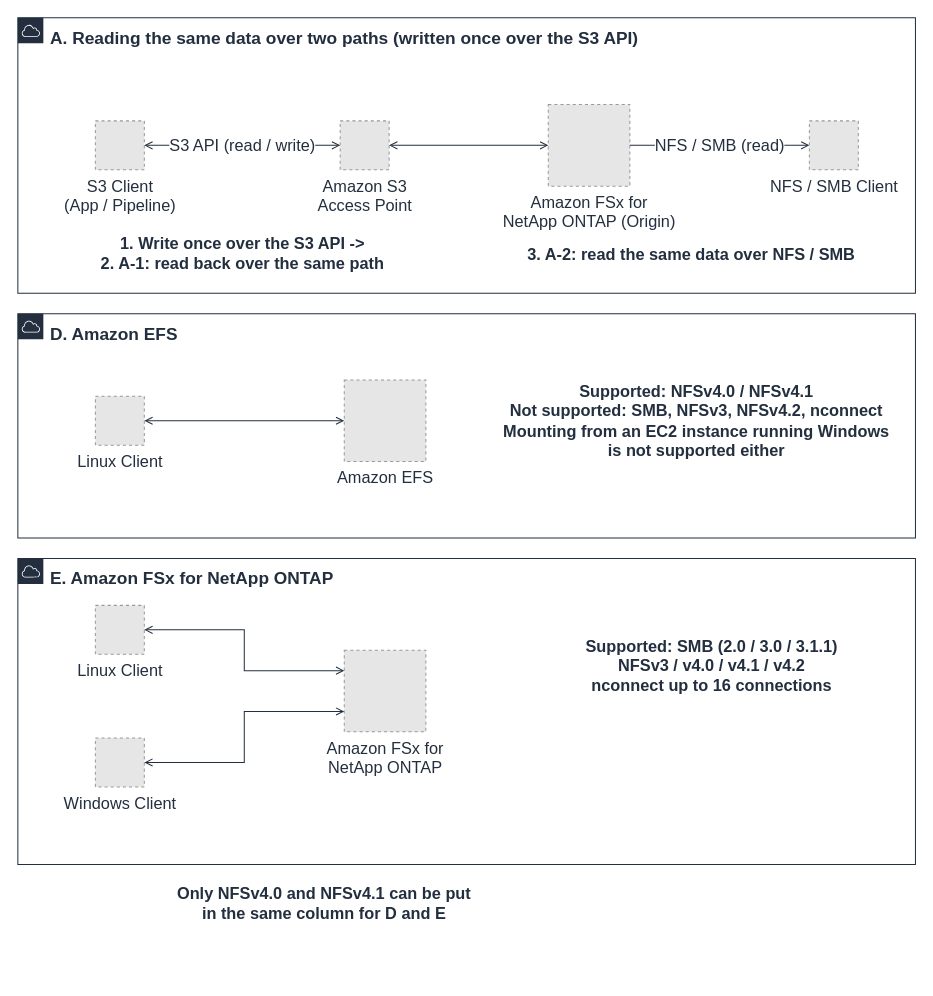
Before: docs/_assets/diagrams/s3burst-protocol-test-matrix-en.drawio in Yoshiki0705/S3-Burst-on-ONTAP-Files, a draw.io diagram. Source tidied: cells renumbered, new cells numbered last; positions are measured from the earlier drawing's top-left corner, leaving out a move shared by most shapes. Both pictures are drawn from the tidied source at 102%, with x=0, y=0 at pixel (17, 17). Pictures stored in the file or linked from it are replaced by grey dashed boxes.
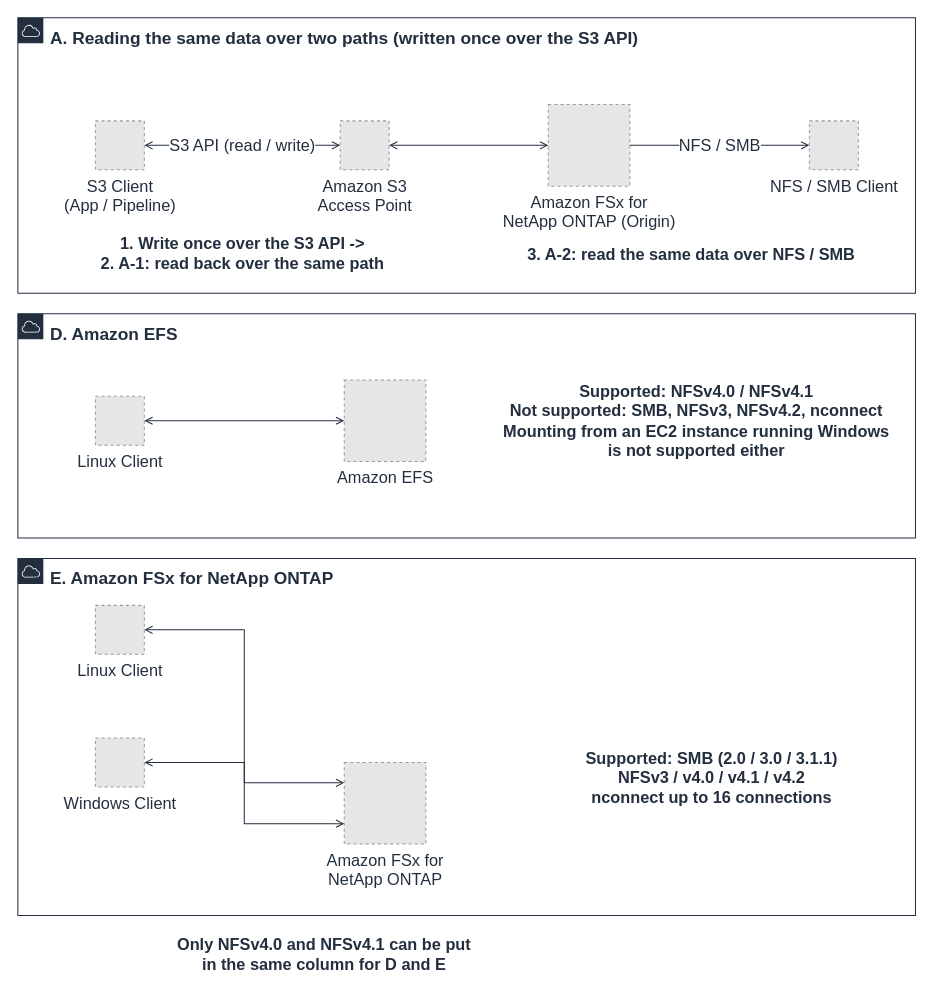
Above is the later version.

Unchanged cells that the change refers to:
```xml
<mxCell id="12" value="Amazon FSx for&#10;NetApp ONTAP (Origin)" style="fillColor=#E6E6E6;strokeColor=#999999;dashed=1;html=1;verticalLabelPosition=bottom;verticalAlign=top;labelPosition=center;align=center;fontSize=16;fontColor=#232F3E;" parent="1" vertex="1">
  <mxGeometry x="520" y="85" width="80" height="80" as="geometry" />
</mxCell>
<mxCell id="13" value="NFS / SMB Client" style="fillColor=#E6E6E6;strokeColor=#999999;dashed=1;html=1;verticalLabelPosition=bottom;verticalAlign=top;labelPosition=center;align=center;fontSize=16;fontColor=#232F3E;" parent="1" vertex="1">
  <mxGeometry x="776" y="101" width="48" height="48" as="geometry" />
</mxCell>
```

What changed in the source:
```diff
@@
     <mxCell id="4" value="E. Amazon FSx for NetApp ONTAP" style="gradientColor=none;html=1;whiteSpace=wrap;fontSize=17;fontStyle=1;fontColor=#232F3E;shape=mxgraph.aws4.group;grIcon=mxgraph.aws4.group_aws_cloud;strokeColor=#232F3E;fillColor=none;verticalAlign=top;align=left;spacingLeft=30;spacingTop=4;dashed=0;" parent="1" vertex="1">
-      <mxGeometry y="530" width="880" height="300" as="geometry" />
+      <mxGeometry y="530" width="880" height="350" as="geometry" />
     </mxCell>
@@
     <mxCell id="8" value="Supported: SMB (2.0 / 3.0 / 3.1.1)&lt;br&gt;NFSv3 / v4.0 / v4.1 / v4.2&lt;br&gt;nconnect up to 16 connections" style="text;html=1;strokeColor=none;fillColor=none;align=center;verticalAlign=middle;fontSize=16;fontStyle=1;fontColor=#232F3E;" parent="1" vertex="1">
-      <mxGeometry x="500" y="590" width="360" height="90" as="geometry" />
+      <mxGeometry x="500" y="700" width="360" height="90" as="geometry" />
     </mxCell>
     <mxCell id="9" value="Only NFSv4.0 and NFSv4.1 can be put&lt;br&gt;in the same column for D and E" style="text;html=1;strokeColor=none;fillColor=none;align=center;verticalAlign=middle;fontSize=16;fontStyle=1;fontColor=#232F3E;" parent="1" vertex="1">
-      <mxGeometry x="20" y="845" width="560" height="46" as="geometry" />
+      <mxGeometry x="20" y="895" width="560" height="46" as="geometry" />
     </mxCell>
@@
     <mxCell id="18" value="Amazon FSx for&#10;NetApp ONTAP" style="fillColor=#E6E6E6;strokeColor=#999999;dashed=1;html=1;verticalLabelPosition=bottom;verticalAlign=top;labelPosition=center;align=center;fontSize=16;fontColor=#232F3E;" parent="1" vertex="1">
-      <mxGeometry x="320" y="620" width="80" height="80" as="geometry" />
+      <mxGeometry x="320" y="730" width="80" height="80" as="geometry" />
     </mxCell>
@@
-    <mxCell id="21" value="NFS / SMB (read)" style="edgeStyle=orthogonalEdgeStyle;rounded=0;html=1;endArrow=open;endFill=0;strokeColor=#232F3E;strokeWidth=1;fontSize=16;fontColor=#232F3E;" parent="1" edge="1" source="12" target="13">
+    <mxCell id="21" value="NFS / SMB" style="edgeStyle=orthogonalEdgeStyle;rounded=0;html=1;endArrow=open;endFill=0;strokeColor=#232F3E;strokeWidth=1;fontSize=16;fontColor=#232F3E;" parent="1" edge="1" source="12" target="13">
       <mxGeometry relative="1" as="geometry" />
     </mxCell>
```
